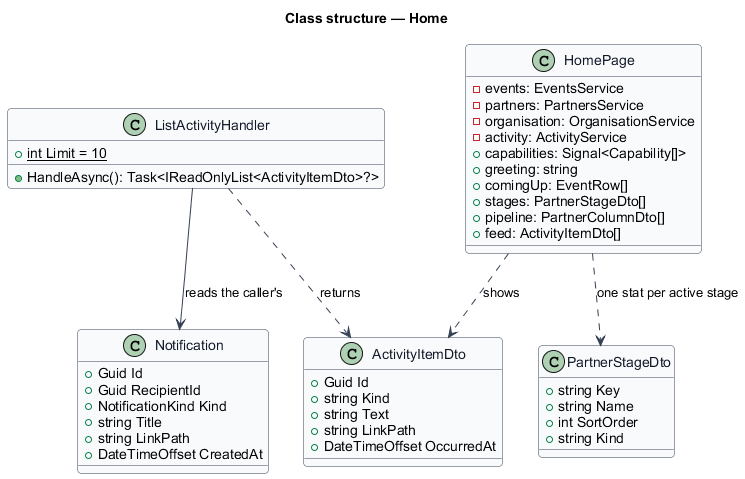
Earlier version of the PlantUML export docs/detailed-designs/platform/home/diagrams/class-structure.png (QuinntyneBrown/faithtech-community). Source of this version:
```plantuml
@startuml
skinparam backgroundColor #FFFFFF
skinparam shadowing false
skinparam roundcorner 8
skinparam defaultFontName Arial
skinparam ArrowColor #344054
skinparam class {
  BorderColor #344054
  FontColor #101828
  BackgroundColor #F9FAFB
}
title Class structure — Home
class ListActivityHandler {
  +{static} int Limit = 10
  +HandleAsync(): Task<IReadOnlyList<ActivityItemDto>?>
}
class ActivityItemDto {
  +Guid Id
  +string Kind
  +string Text
  +string LinkPath
  +DateTimeOffset OccurredAt
}
class Notification {
  +Guid Id
  +Guid RecipientId
  +NotificationKind Kind
  +string Title
  +string LinkPath
  +DateTimeOffset CreatedAt
}
class PartnerStageDto {
  +string Key
  +string Name
  +int SortOrder
  +string Kind
}
class HomePage {
  -events: EventsService
  -partners: PartnersService
  -organisation: OrganisationService
  -activity: ActivityService
  +capabilities: Signal<Capability[]>
  +greeting: string
  +comingUp: EventRow[]
  +stages: PartnerStageDto[]
  +pipeline: PartnerColumnDto[]
  +feed: ActivityItemDto[]
}
HomePage ..> PartnerStageDto : one stat per active stage
ListActivityHandler --> Notification : reads the caller's
ListActivityHandler ..> ActivityItemDto : returns
HomePage ..> ActivityItemDto : shows
@enduml
```
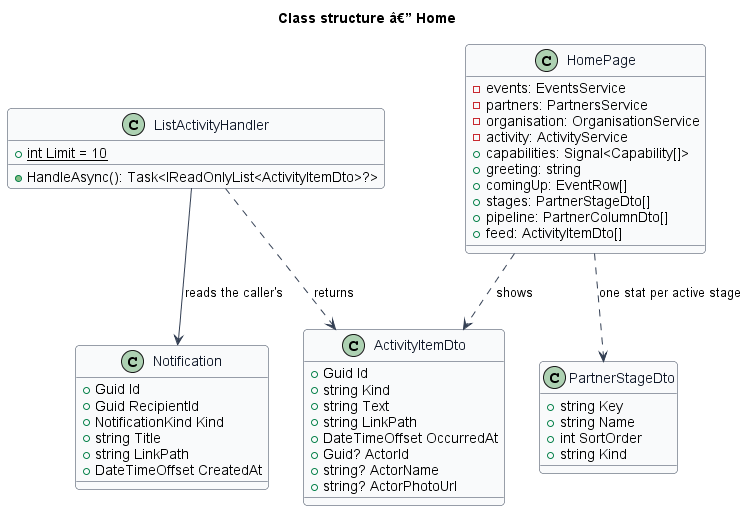
The same file after the commit.

Change to the diagram source:
```diff
@@ -9,7 +9,7 @@
   FontColor #101828
   BackgroundColor #F9FAFB
 }
-title Class structure — Home
+title Class structure â€” Home
 class ListActivityHandler {
   +{static} int Limit = 10
   +HandleAsync(): Task<IReadOnlyList<ActivityItemDto>?>
@@ -20,6 +20,9 @@
   +string Text
   +string LinkPath
   +DateTimeOffset OccurredAt
+  +Guid? ActorId
+  +string? ActorName
+  +string? ActorPhotoUrl
 }
 class Notification {
   +Guid Id
```
